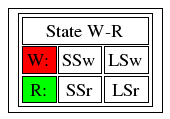
This is msm/legend_wr.png from spurious/ThreadSanitizer-mirror, a Graphviz export, as it was before one commit. Its source is kept beside it as msm/legend_wr.dot.
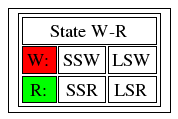
The same diagram one commit later.

The edit, as a diff of the source:
```diff
@@ -3,12 +3,12 @@
         <td colspan="3">State W-R</td>
       </tr> <tr>
         <td bgcolor="red">W:</td>
-        <td>SSw</td>
-        <td>LSw</td>
+        <td>SSW</td>
+        <td>LSW</td>
       </tr> <tr>
         <td bgcolor="green">R:</td>
-        <td>SSr</td>
-        <td>LSr</td>
+        <td>SSR</td>
+        <td>LSR</td>
       </tr> </TABLE>>
     ]
 }
```
